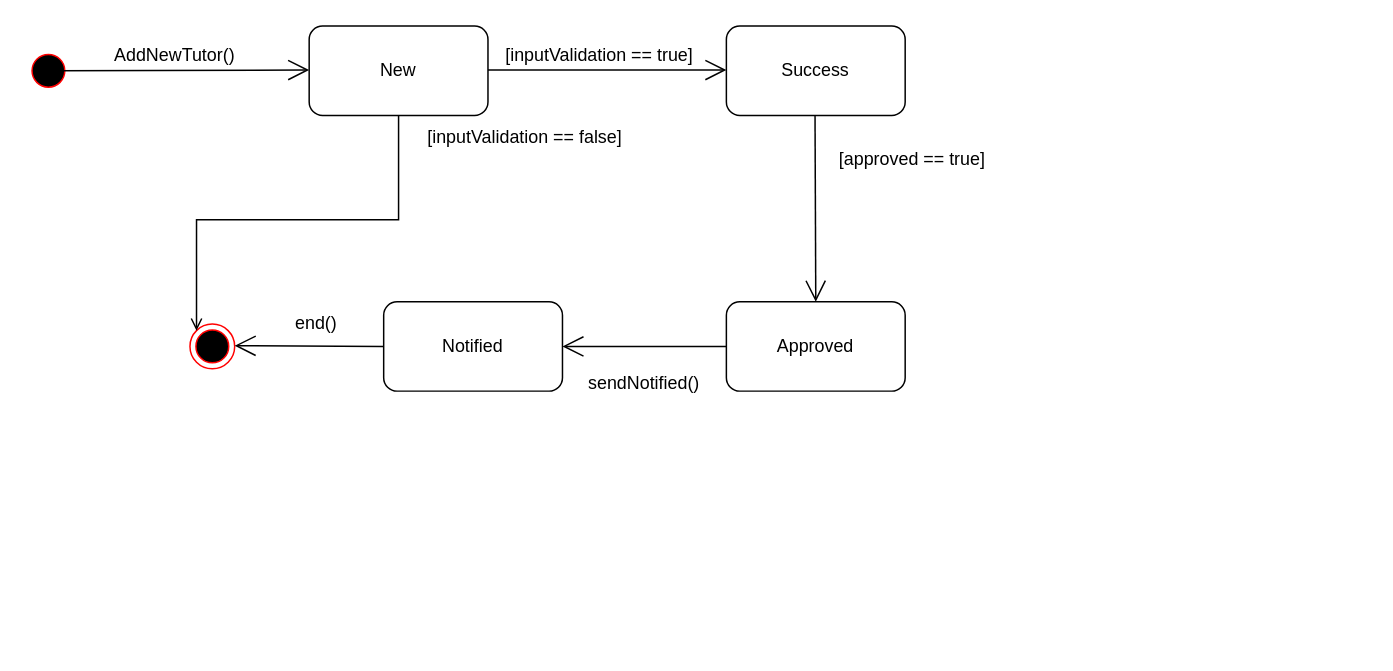
Above: page "State Diagram" (3 of 3) of OOAD DIAGRAM/SequenceDiagram.drawio in Jerald13/SemV2-Drawio (draw.io), before the change. Source tidied: cells renumbered, new cells numbered last; positions are measured from the earlier drawing's top-left corner, leaving out a move shared by most shapes. Both pictures are drawn from the tidied source at 149%, with x=0, y=0 at pixel (25, 25).
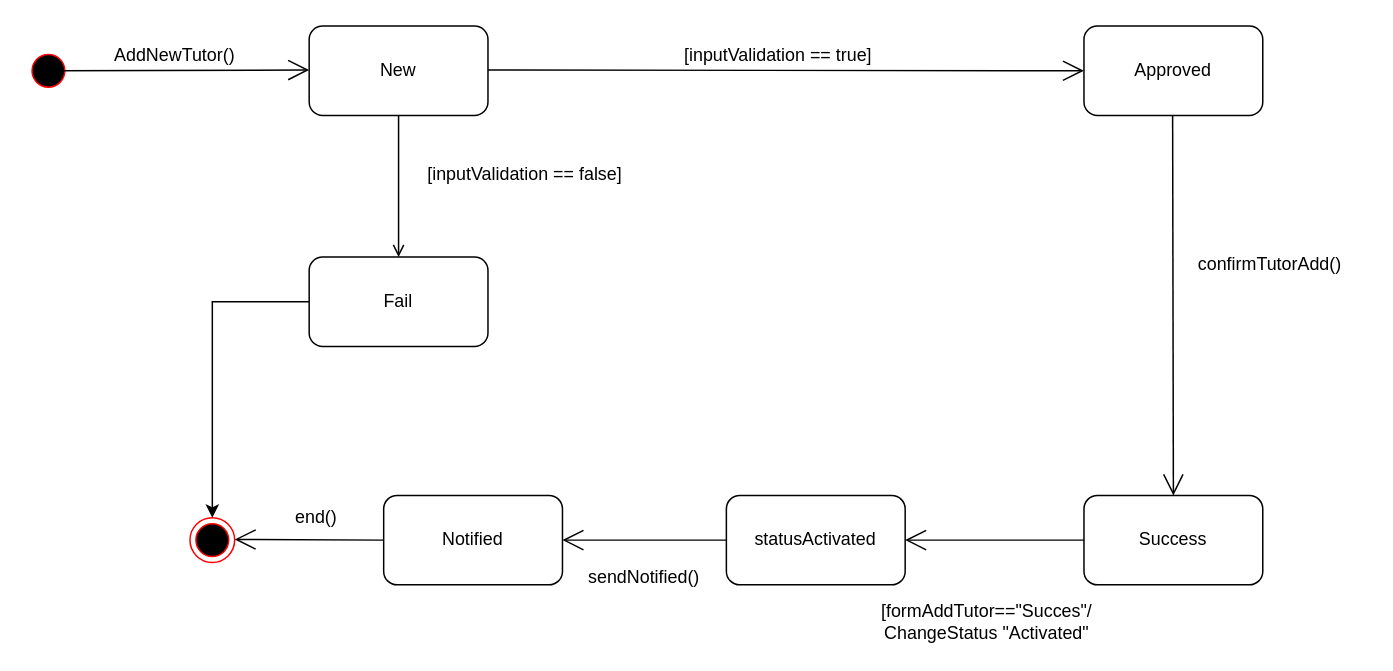
The same diagram, later.

The change refers to these unchanged cells:
```xml
<mxCell id="7" value="New" style="rounded=1;whiteSpace=wrap;html=1;" parent="1" vertex="1">
  <mxGeometry x="190" width="120" height="60" as="geometry" />
</mxCell>
```

Change to the diagram source:
```diff
@@
     <mxCell id="2" style="ellipse;html=1;shape=endState;fillColor=#000000;strokeColor=#ff0000;" parent="1" vertex="1">
-      <mxGeometry x="110" y="200" width="30" height="30" as="geometry" />
+      <mxGeometry x="110" y="330" width="30" height="30" as="geometry" />
     </mxCell>
@@
-    <mxCell id="6" style="edgeStyle=orthogonalEdgeStyle;rounded=0;jettySize=auto;html=1;exitX=0.5;exitY=1;exitDx=0;exitDy=0;entryX=0;entryY=0;entryDx=0;entryDy=0;endArrow=open;endFill=0;" parent="1" edge="1" source="7" target="2">
-      <mxGeometry relative="1" as="geometry" />
+    <mxCell id="6" style="edgeStyle=orthogonalEdgeStyle;rounded=0;jettySize=auto;html=1;exitX=0.5;exitY=1;exitDx=0;exitDy=0;endArrow=open;endFill=0;" parent="1" edge="1" source="7">
+      <mxGeometry relative="1" as="geometry">
+        <mxPoint x="250" y="155" as="targetPoint" />
+      </mxGeometry>
     </mxCell>
@@
-    <mxCell id="8" style="endArrow=open;endFill=1;endSize=12;html=1;rounded=0;" parent="1" edge="1">
+    <mxCell id="8" style="endArrow=open;endFill=1;endSize=12;html=1;rounded=0;entryX=0;entryY=0.5;entryDx=0;entryDy=0;" parent="1" edge="1" target="10">
       <mxGeometry relative="1" as="geometry">
         <mxPoint x="310" y="29.5" as="sourcePoint" />
-        <mxPoint x="470" y="29.5" as="targetPoint" />
       </mxGeometry>
     </mxCell>
     <mxCell id="9" value="[inputValidation == true]" style="text;html=1;strokeColor=none;fillColor=none;align=center;verticalAlign=middle;whiteSpace=wrap;rounded=0;" parent="1" vertex="1">
-      <mxGeometry x="320" y="5" width="130" height="30" as="geometry" />
+      <mxGeometry x="440" y="5" width="130" height="30" as="geometry" />
     </mxCell>
-    <mxCell id="10" value="Success" style="rounded=1;whiteSpace=wrap;html=1;" parent="1" vertex="1">
-      <mxGeometry x="470" width="120" height="60" as="geometry" />
+    <mxCell id="10" value="Approved" style="rounded=1;whiteSpace=wrap;html=1;" parent="1" vertex="1">
+      <mxGeometry x="710" width="120" height="60" as="geometry" />
     </mxCell>
     <mxCell id="11" style="endArrow=open;endFill=1;endSize=12;html=1;rounded=0;entryX=0.5;entryY=0;entryDx=0;entryDy=0;" parent="1" edge="1" target="13">
       <mxGeometry relative="1" as="geometry">
-        <mxPoint x="529.5" y="60" as="sourcePoint" />
+        <mxPoint x="769.5" y="60" as="sourcePoint" />
       </mxGeometry>
     </mxCell>
-    <mxCell id="12" value="[approved == true]" style="text;html=1;strokeColor=none;fillColor=none;align=center;verticalAlign=middle;whiteSpace=wrap;rounded=0;" parent="1" vertex="1">
-      <mxGeometry x="530" y="75" width="130" height="30" as="geometry" />
+    <mxCell id="12" value="confirmTutorAdd()" style="text;html=1;strokeColor=none;fillColor=none;align=center;verticalAlign=middle;whiteSpace=wrap;rounded=0;" parent="1" vertex="1">
+      <mxGeometry x="770" y="145" width="130" height="30" as="geometry" />
     </mxCell>
-    <mxCell id="13" value="Approved" style="rounded=1;whiteSpace=wrap;html=1;" parent="1" vertex="1">
-      <mxGeometry x="470" y="185" width="120" height="60" as="geometry" />
+    <mxCell id="13" value="Success" style="rounded=1;whiteSpace=wrap;html=1;" parent="1" vertex="1">
+      <mxGeometry x="710" y="315" width="120" height="60" as="geometry" />
     </mxCell>
     <mxCell id="14" value="Notified" style="rounded=1;whiteSpace=wrap;html=1;" parent="1" vertex="1">
-      <mxGeometry x="240" y="185" width="120" height="60" as="geometry" />
+      <mxGeometry x="240" y="315" width="120" height="60" as="geometry" />
     </mxCell>
     <mxCell id="15" style="endArrow=open;endFill=1;endSize=12;html=1;rounded=0;" parent="1" edge="1" target="14">
       <mxGeometry relative="1" as="geometry">
-        <mxPoint x="470" y="215" as="sourcePoint" />
+        <mxPoint x="470" y="345" as="sourcePoint" />
       </mxGeometry>
     </mxCell>
     <mxCell id="16" value="sendNotified()" style="text;html=1;strokeColor=none;fillColor=none;align=center;verticalAlign=middle;whiteSpace=wrap;rounded=0;" parent="1" vertex="1">
-      <mxGeometry x="350" y="225" width="130" height="30" as="geometry" />
+      <mxGeometry x="350" y="355" width="130" height="30" as="geometry" />
     </mxCell>
     <mxCell id="17" style="endArrow=open;endFill=1;endSize=12;html=1;rounded=0;" parent="1" edge="1">
       <mxGeometry relative="1" as="geometry">
-        <mxPoint x="240" y="215" as="sourcePoint" />
-        <mxPoint x="140" y="214.5" as="targetPoint" />
+        <mxPoint x="240" y="345" as="sourcePoint" />
+        <mxPoint x="140" y="344.5" as="targetPoint" />
       </mxGeometry>
     </mxCell>
     <mxCell id="18" value="end()" style="text;html=1;strokeColor=none;fillColor=none;align=center;verticalAlign=middle;whiteSpace=wrap;rounded=0;" parent="1" vertex="1">
-      <mxGeometry x="130" y="185" width="130" height="30" as="geometry" />
+      <mxGeometry x="130" y="315" width="130" height="30" as="geometry" />
     </mxCell>
     <mxCell id="19" value="[inputValidation == false]" style="text;html=1;strokeColor=none;fillColor=none;align=center;verticalAlign=middle;whiteSpace=wrap;rounded=0;" parent="1" vertex="1">
-      <mxGeometry x="260" y="60" width="150" height="30" as="geometry" />
+      <mxGeometry x="260" y="85" width="150" height="30" as="geometry" />
     </mxCell>
+    <mxCell id="20" value="statusActivated" style="rounded=1;whiteSpace=wrap;html=1;" parent="1" vertex="1">
+      <mxGeometry x="470" y="315" width="120" height="60" as="geometry" />
+    </mxCell>
+    <mxCell id="21" style="endArrow=open;endFill=1;endSize=12;html=1;rounded=0;entryX=1;entryY=0.5;entryDx=0;entryDy=0;exitX=0;exitY=0.5;exitDx=0;exitDy=0;" parent="1" edge="1" source="13" target="20">
+      <mxGeometry relative="1" as="geometry" />
+    </mxCell>
+    <mxCell id="22" value="[formAddTutor==&quot;Succes&quot;/&lt;br&gt;ChangeStatus &quot;Activated&quot;" style="text;html=1;strokeColor=none;fillColor=none;align=center;verticalAlign=middle;whiteSpace=wrap;rounded=0;" parent="1" vertex="1">
+      <mxGeometry x="580" y="385" width="130" height="30" as="geometry" />
+    </mxCell>
+    <mxCell id="23" style="edgeStyle=orthogonalEdgeStyle;rounded=0;jettySize=auto;html=1;exitX=0;exitY=0.5;exitDx=0;exitDy=0;" parent="1" edge="1" source="24" target="2">
+      <mxGeometry relative="1" as="geometry" />
+    </mxCell>
+    <mxCell id="24" value="Fail" style="rounded=1;whiteSpace=wrap;html=1;" parent="1" vertex="1">
+      <mxGeometry x="190" y="155" width="120" height="60" as="geometry" />
+    </mxCell>
```
